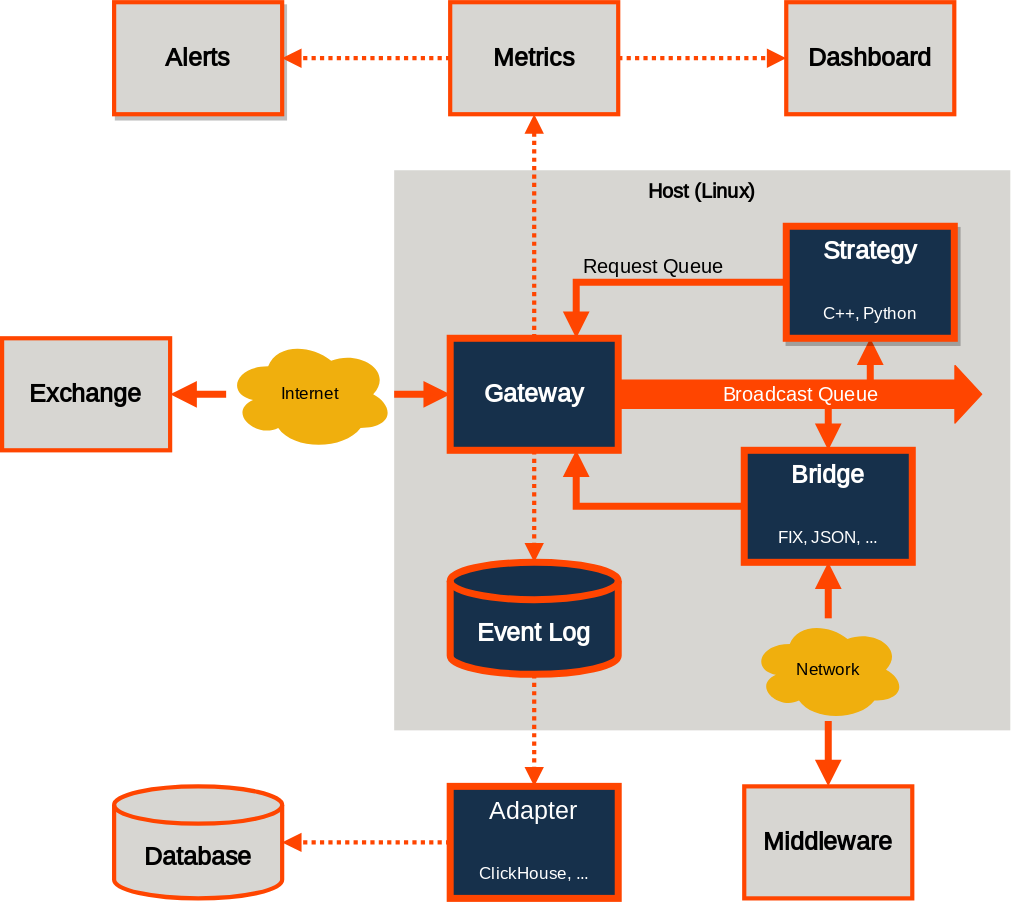
roq-trading/.github keeps this draw.io diagram as profile/architecture_reference.svg. Above is the earlier version. Source tidied: cells renumbered, new cells last; positions are measured from the earlier drawing's top-left corner, leaving out a move shared by most shapes.
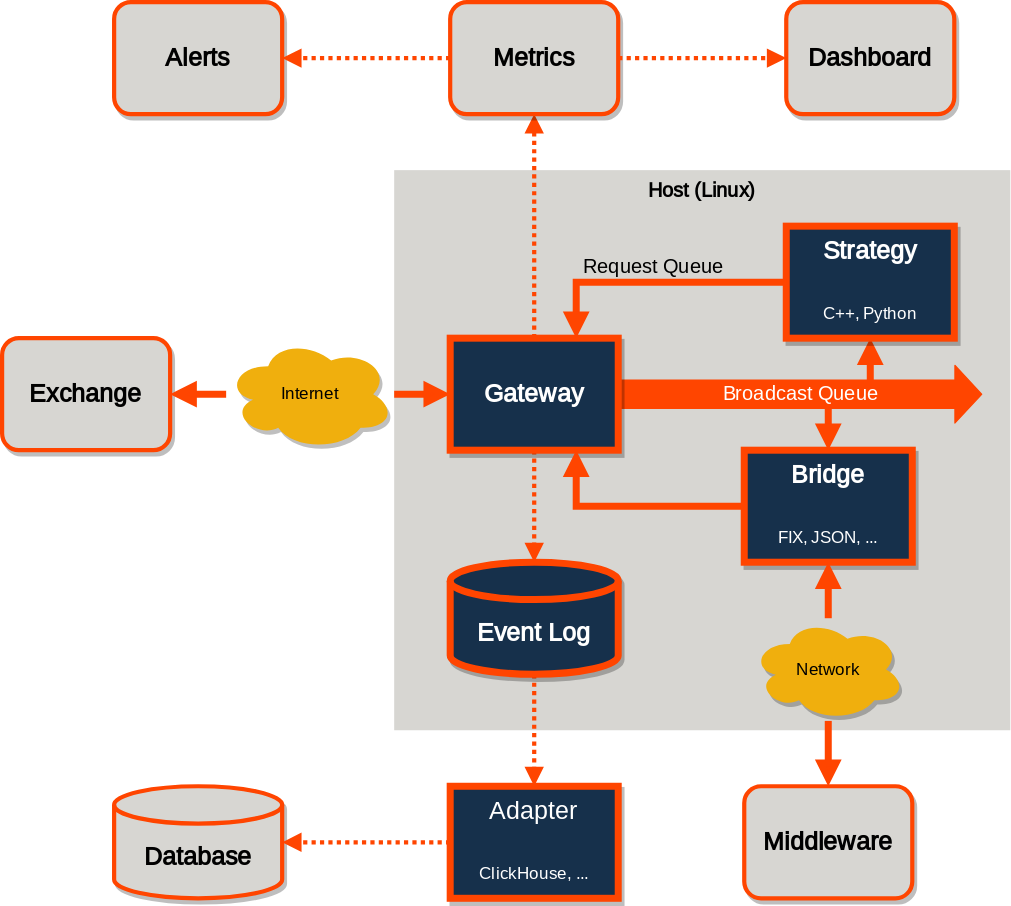
After the commit.

Change to the diagram source:
```diff
@@ -29,37 +29,37 @@
         <mxPoint x="700" y="280" as="targetPoint" />
       </mxGeometry>
     </mxCell>
-    <mxCell id="9" value="Gateway" style="rounded=0;whiteSpace=wrap;html=1;labelBackgroundColor=none;fontStyle=1;fontColor=#FFFFFF;fillColor=#16304b;strokeColor=#ff4500;strokeWidth=5;fontFamily=Quattrocento Sans;fontSource=https%3A%2F%2Ffonts.googleapis.com%2Fcss%3Ffamily%3DQuattrocento%2BSans;fontSize=18;" parent="1" vertex="1">
+    <mxCell id="9" value="Gateway" style="rounded=0;whiteSpace=wrap;html=1;labelBackgroundColor=none;fontStyle=1;fontColor=#FFFFFF;fillColor=#16304b;strokeColor=#ff4500;strokeWidth=5;fontFamily=Quattrocento Sans;fontSource=https%3A%2F%2Ffonts.googleapis.com%2Fcss%3Ffamily%3DQuattrocento%2BSans;fontSize=18;shadow=1;" parent="1" vertex="1">
       <mxGeometry x="320" y="240" width="120" height="80" as="geometry" />
     </mxCell>
     <mxCell id="10" value="&lt;b&gt;Strategy&lt;/b&gt;&lt;font style=&quot;font-size: 12px;&quot;&gt;&lt;br style=&quot;&quot;&gt;&lt;font style=&quot;font-size: 12px;&quot;&gt;&lt;br style=&quot;&quot;&gt;C++, Python&lt;/font&gt;&lt;/font&gt;" style="rounded=0;whiteSpace=wrap;html=1;fontStyle=0;fontColor=#FFFFFF;fillColor=#16304b;strokeColor=#ff4500;strokeWidth=5;fontFamily=Quattrocento Sans;fontSource=https%3A%2F%2Ffonts.googleapis.com%2Fcss%3Ffamily%3DQuattrocento%2BSans;fontSize=18;shadow=1;" parent="1" vertex="1">
       <mxGeometry x="560" y="160" width="120" height="80" as="geometry" />
     </mxCell>
-    <mxCell id="11" value="&lt;b&gt;Bridge&lt;/b&gt;&lt;font style=&quot;font-size: 12px;&quot;&gt;&lt;br style=&quot;&quot;&gt;&lt;br style=&quot;&quot;&gt;FIX, JSON, ...&lt;/font&gt;" style="rounded=0;whiteSpace=wrap;html=1;fontStyle=0;fontColor=#FFFFFF;fillColor=#16304b;strokeColor=#ff4500;strokeWidth=5;fontFamily=Quattrocento Sans;fontSource=https%3A%2F%2Ffonts.googleapis.com%2Fcss%3Ffamily%3DQuattrocento%2BSans;fontSize=18;" parent="1" vertex="1">
+    <mxCell id="11" value="&lt;b&gt;Bridge&lt;/b&gt;&lt;font style=&quot;font-size: 12px;&quot;&gt;&lt;br style=&quot;&quot;&gt;&lt;br style=&quot;&quot;&gt;FIX, JSON, ...&lt;/font&gt;" style="rounded=0;whiteSpace=wrap;html=1;fontStyle=0;fontColor=#FFFFFF;fillColor=#16304b;strokeColor=#ff4500;strokeWidth=5;fontFamily=Quattrocento Sans;fontSource=https%3A%2F%2Ffonts.googleapis.com%2Fcss%3Ffamily%3DQuattrocento%2BSans;fontSize=18;shadow=1;" parent="1" vertex="1">
       <mxGeometry x="530" y="320" width="120" height="80" as="geometry" />
     </mxCell>
-    <mxCell id="12" value="Exchange" style="rounded=0;whiteSpace=wrap;html=1;labelBackgroundColor=none;fontStyle=1;fontColor=#000000;fillColor=#D7D6D2;strokeColor=#ff4500;strokeWidth=3;fontFamily=Quattrocento Sans;fontSource=https%3A%2F%2Ffonts.googleapis.com%2Fcss%3Ffamily%3DQuattrocento%2BSans;fontSize=18;" parent="1" vertex="1">
+    <mxCell id="12" value="Exchange" style="rounded=1;whiteSpace=wrap;html=1;labelBackgroundColor=none;fontStyle=1;fontColor=#000000;fillColor=#D7D6D2;strokeColor=#ff4500;strokeWidth=3;fontFamily=Quattrocento Sans;fontSource=https%3A%2F%2Ffonts.googleapis.com%2Fcss%3Ffamily%3DQuattrocento%2BSans;fontSize=18;shadow=1;" parent="1" vertex="1">
       <mxGeometry y="240" width="120" height="80" as="geometry" />
     </mxCell>
-    <mxCell id="13" value="&lt;br style=&quot;font-size: 18px;&quot;&gt;Event Log" style="strokeWidth=5;html=1;shape=mxgraph.flowchart.database;whiteSpace=wrap;strokeColor=#FF4500;fillColor=#16304B;fontColor=#FFFFFF;verticalAlign=middle;fontFamily=Quattrocento Sans;fontSource=https%3A%2F%2Ffonts.googleapis.com%2Fcss%3Ffamily%3DQuattrocento%2BSans;fontSize=18;fontStyle=1;" parent="1" vertex="1">
+    <mxCell id="13" value="&lt;br style=&quot;font-size: 18px;&quot;&gt;Event Log" style="strokeWidth=5;html=1;shape=mxgraph.flowchart.database;whiteSpace=wrap;strokeColor=#FF4500;fillColor=#16304B;fontColor=#FFFFFF;verticalAlign=middle;fontFamily=Quattrocento Sans;fontSource=https%3A%2F%2Ffonts.googleapis.com%2Fcss%3Ffamily%3DQuattrocento%2BSans;fontSize=18;fontStyle=1;shadow=1;" parent="1" vertex="1">
       <mxGeometry x="320" y="400" width="120" height="80" as="geometry" />
     </mxCell>
-    <mxCell id="14" value="Adapter&lt;font style=&quot;font-size: 12px;&quot;&gt;&lt;br style=&quot;&quot;&gt;&lt;br style=&quot;&quot;&gt;ClickHouse, ...&lt;/font&gt;" style="rounded=0;whiteSpace=wrap;html=1;labelBackgroundColor=none;fontStyle=0;fontColor=#FFFFFF;fillColor=#16304B;strokeColor=#FF4500;strokeWidth=5;fontFamily=Quattrocento Sans;fontSource=https%3A%2F%2Ffonts.googleapis.com%2Fcss%3Ffamily%3DQuattrocento%2BSans;fontSize=18;" parent="1" vertex="1">
+    <mxCell id="14" value="Adapter&lt;font style=&quot;font-size: 12px;&quot;&gt;&lt;br style=&quot;&quot;&gt;&lt;br style=&quot;&quot;&gt;ClickHouse, ...&lt;/font&gt;" style="rounded=0;whiteSpace=wrap;html=1;labelBackgroundColor=none;fontStyle=0;fontColor=#FFFFFF;fillColor=#16304B;strokeColor=#FF4500;strokeWidth=5;fontFamily=Quattrocento Sans;fontSource=https%3A%2F%2Ffonts.googleapis.com%2Fcss%3Ffamily%3DQuattrocento%2BSans;fontSize=18;shadow=1;" parent="1" vertex="1">
       <mxGeometry x="320" y="560" width="120" height="80" as="geometry" />
     </mxCell>
-    <mxCell id="15" value="&lt;br style=&quot;font-size: 18px;&quot;&gt;Database" style="strokeWidth=3;html=1;shape=mxgraph.flowchart.database;whiteSpace=wrap;strokeColor=#FF4500;fillColor=#D7D6D2;fontColor=#000000;verticalAlign=middle;fontFamily=Quattrocento Sans;fontSource=https%3A%2F%2Ffonts.googleapis.com%2Fcss%3Ffamily%3DQuattrocento%2BSans;fontSize=18;fontStyle=1;" parent="1" vertex="1">
+    <mxCell id="15" value="&lt;br style=&quot;font-size: 18px;&quot;&gt;Database" style="strokeWidth=3;html=1;shape=mxgraph.flowchart.database;whiteSpace=wrap;strokeColor=#FF4500;fillColor=#D7D6D2;fontColor=#000000;verticalAlign=middle;fontFamily=Quattrocento Sans;fontSource=https%3A%2F%2Ffonts.googleapis.com%2Fcss%3Ffamily%3DQuattrocento%2BSans;fontSize=18;fontStyle=1;shadow=1;" parent="1" vertex="1">
       <mxGeometry x="80" y="560" width="120" height="80" as="geometry" />
     </mxCell>
     <mxCell id="16" style="endArrow=block;startArrow=none;html=1;entryX=0;entryY=0.5;entryDx=0;entryDy=0;endFill=1;strokeWidth=5;startFill=1;strokeColor=#ff4500;fontFamily=Quattrocento Sans;fontSource=https%3A%2F%2Ffonts.googleapis.com%2Fcss%3Ffamily%3DQuattrocento%2BSans;fontSize=14;" parent="1" edge="1" source="29" target="9">
       <mxGeometry relative="1" as="geometry" />
     </mxCell>
-    <mxCell id="17" value="Metrics" style="rounded=0;whiteSpace=wrap;html=1;labelBackgroundColor=none;fontStyle=1;fontColor=#000000;fillColor=#D7D6D2;strokeColor=#FF4500;strokeWidth=3;fontFamily=Quattrocento Sans;fontSource=https%3A%2F%2Ffonts.googleapis.com%2Fcss%3Ffamily%3DQuattrocento%2BSans;fontSize=18;" parent="1" vertex="1">
+    <mxCell id="17" value="Metrics" style="rounded=1;whiteSpace=wrap;html=1;labelBackgroundColor=none;fontStyle=1;fontColor=#000000;fillColor=#D7D6D2;strokeColor=#FF4500;strokeWidth=3;fontFamily=Quattrocento Sans;fontSource=https%3A%2F%2Ffonts.googleapis.com%2Fcss%3Ffamily%3DQuattrocento%2BSans;fontSize=18;shadow=1;" parent="1" vertex="1">
       <mxGeometry x="320" width="120" height="80" as="geometry" />
     </mxCell>
-    <mxCell id="18" value="Dashboard" style="rounded=0;whiteSpace=wrap;html=1;labelBackgroundColor=none;fontStyle=1;fontColor=#000000;fillColor=#D7D6D2;strokeColor=#FF4500;strokeWidth=3;fontFamily=Quattrocento Sans;fontSource=https%3A%2F%2Ffonts.googleapis.com%2Fcss%3Ffamily%3DQuattrocento%2BSans;fontSize=18;" parent="1" vertex="1">
+    <mxCell id="18" value="Dashboard" style="rounded=1;whiteSpace=wrap;html=1;labelBackgroundColor=none;fontStyle=1;fontColor=#000000;fillColor=#D7D6D2;strokeColor=#FF4500;strokeWidth=3;fontFamily=Quattrocento Sans;fontSource=https%3A%2F%2Ffonts.googleapis.com%2Fcss%3Ffamily%3DQuattrocento%2BSans;fontSize=18;shadow=1;" parent="1" vertex="1">
       <mxGeometry x="560" width="120" height="80" as="geometry" />
     </mxCell>
-    <mxCell id="19" value="Alerts" style="rounded=0;whiteSpace=wrap;html=1;labelBackgroundColor=none;fontStyle=1;fontColor=#000000;fillColor=#D7D6D2;strokeColor=#FF4500;strokeWidth=3;fontFamily=Quattrocento Sans;fontSource=https%3A%2F%2Ffonts.googleapis.com%2Fcss%3Ffamily%3DQuattrocento%2BSans;fontSize=18;shadow=1;" parent="1" vertex="1">
+    <mxCell id="19" value="Alerts" style="rounded=1;whiteSpace=wrap;html=1;labelBackgroundColor=none;fontStyle=1;fontColor=#000000;fillColor=#D7D6D2;strokeColor=#FF4500;strokeWidth=3;fontFamily=Quattrocento Sans;fontSource=https%3A%2F%2Ffonts.googleapis.com%2Fcss%3Ffamily%3DQuattrocento%2BSans;fontSize=18;shadow=1;" parent="1" vertex="1">
       <mxGeometry x="80" width="120" height="80" as="geometry" />
     </mxCell>
     <mxCell id="20" style="endArrow=block;html=1;strokeWidth=3;endFill=1;strokeColor=#FF4500;exitX=0;exitY=0.5;exitDx=0;exitDy=0;entryX=1;entryY=0.5;entryDx=0;entryDy=0;dashed=1;dashPattern=1 1;fontColor=#000000;fontFamily=Quattrocento Sans;fontSource=https%3A%2F%2Ffonts.googleapis.com%2Fcss%3Ffamily%3DQuattrocento%2BSans;fontSize=14;" parent="1" edge="1" source="17" target="19">
@@ -77,19 +77,19 @@
     <mxCell id="24" value="Request Queue" style="edgeStyle=orthogonalEdgeStyle;rounded=0;jettySize=auto;html=1;exitX=0;exitY=0.5;exitDx=0;exitDy=0;entryX=0.75;entryY=0;entryDx=0;entryDy=0;strokeWidth=5;endArrow=block;endFill=1;strokeColor=#ff4500;labelBackgroundColor=none;labelPosition=center;verticalLabelPosition=top;align=center;verticalAlign=bottom;fontFamily=Quattrocento Sans;fontSource=https%3A%2F%2Ffonts.googleapis.com%2Fcss%3Ffamily%3DQuattrocento%2BSans;fontSize=14;" parent="1" edge="1" source="10" target="9">
       <mxGeometry relative="1" as="geometry" />
     </mxCell>
-    <mxCell id="25" value="Middleware" style="rounded=0;whiteSpace=wrap;html=1;labelBackgroundColor=none;fontStyle=1;fontColor=#000000;fillColor=#D7D6D2;strokeColor=#FF4500;strokeWidth=3;fontFamily=Quattrocento Sans;fontSource=https%3A%2F%2Ffonts.googleapis.com%2Fcss%3Ffamily%3DQuattrocento%2BSans;fontSize=18;" parent="1" vertex="1">
+    <mxCell id="25" value="Middleware" style="rounded=1;whiteSpace=wrap;html=1;labelBackgroundColor=none;fontStyle=1;fontColor=#000000;fillColor=#D7D6D2;strokeColor=#FF4500;strokeWidth=3;fontFamily=Quattrocento Sans;fontSource=https%3A%2F%2Ffonts.googleapis.com%2Fcss%3Ffamily%3DQuattrocento%2BSans;fontSize=18;shadow=1;" parent="1" vertex="1">
       <mxGeometry x="530" y="560" width="120" height="80" as="geometry" />
     </mxCell>
     <mxCell id="26" style="endArrow=block;html=1;strokeWidth=5;endFill=1;strokeColor=#FF4500;entryX=0.5;entryY=0;entryDx=0;entryDy=0;startArrow=none;startFill=1;labelPosition=right;verticalLabelPosition=middle;align=left;verticalAlign=middle;labelBackgroundColor=none;exitX=0.5;exitY=1;exitDx=0;exitDy=0;fontFamily=Quattrocento Sans;fontSource=https%3A%2F%2Ffonts.googleapis.com%2Fcss%3Ffamily%3DQuattrocento%2BSans;fontSize=14;" parent="1" edge="1" source="27" target="25">
       <mxGeometry relative="1" as="geometry" />
     </mxCell>
-    <mxCell id="27" value="Network" style="ellipse;shape=cloud;whiteSpace=wrap;html=1;fillColor=#f0af0d;strokeColor=none;fontFamily=Quattrocento Sans;fontSource=https%3A%2F%2Ffonts.googleapis.com%2Fcss%3Ffamily%3DQuattrocento%2BSans;fontSize=12;" parent="1" vertex="1">
+    <mxCell id="27" value="Network" style="ellipse;shape=cloud;whiteSpace=wrap;html=1;fillColor=#f0af0d;strokeColor=none;fontFamily=Quattrocento Sans;fontSource=https%3A%2F%2Ffonts.googleapis.com%2Fcss%3Ffamily%3DQuattrocento%2BSans;fontSize=12;shadow=1;" parent="1" vertex="1">
       <mxGeometry x="535" y="440" width="110" height="73.3" as="geometry" />
     </mxCell>
     <mxCell id="28" style="endArrow=none;html=1;strokeWidth=5;endFill=1;strokeColor=#FF4500;entryX=0.5;entryY=0;entryDx=0;entryDy=0;startArrow=block;startFill=1;labelPosition=right;verticalLabelPosition=middle;align=left;verticalAlign=middle;labelBackgroundColor=none;exitX=0.5;exitY=1;exitDx=0;exitDy=0;fontFamily=Quattrocento Sans;fontSource=https%3A%2F%2Ffonts.googleapis.com%2Fcss%3Ffamily%3DQuattrocento%2BSans;fontSize=14;" parent="1" edge="1" source="11" target="27">
       <mxGeometry relative="1" as="geometry" />
     </mxCell>
-    <mxCell id="29" value="Internet" style="ellipse;shape=cloud;whiteSpace=wrap;html=1;fillColor=#f0af0d;strokeColor=none;fontFamily=Quattrocento Sans;fontSource=https%3A%2F%2Ffonts.googleapis.com%2Fcss%3Ffamily%3DQuattrocento%2BSans;fontSize=12;" parent="1" vertex="1">
+    <mxCell id="29" value="Internet" style="ellipse;shape=cloud;whiteSpace=wrap;html=1;fillColor=#f0af0d;strokeColor=none;fontFamily=Quattrocento Sans;fontSource=https%3A%2F%2Ffonts.googleapis.com%2Fcss%3Ffamily%3DQuattrocento%2BSans;fontSize=12;shadow=1;" parent="1" vertex="1">
       <mxGeometry x="160" y="240" width="120" height="80" as="geometry" />
     </mxCell>
     <mxCell id="30" style="endArrow=none;startArrow=block;html=1;entryX=0;entryY=0.5;entryDx=0;entryDy=0;endFill=1;strokeWidth=5;startFill=1;strokeColor=#ff4500;fontFamily=Quattrocento Sans;fontSource=https%3A%2F%2Ffonts.googleapis.com%2Fcss%3Ffamily%3DQuattrocento%2BSans;fontSize=14;" parent="1" edge="1" source="12" target="29">
```
